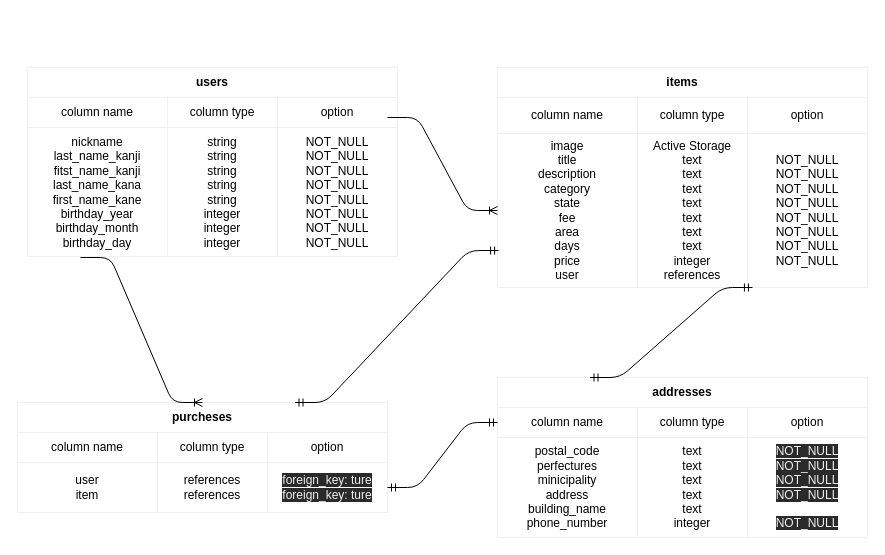
Before: ER.dio in TAKAE1117/furima-31915, a draw.io diagram. Source tidied: cells renumbered, new cells numbered last; positions are measured from the earlier drawing's top-left corner, leaving out a move shared by most shapes. Both pictures are drawn from the tidied source at 100%, with x=0, y=0 at pixel (17, 67).
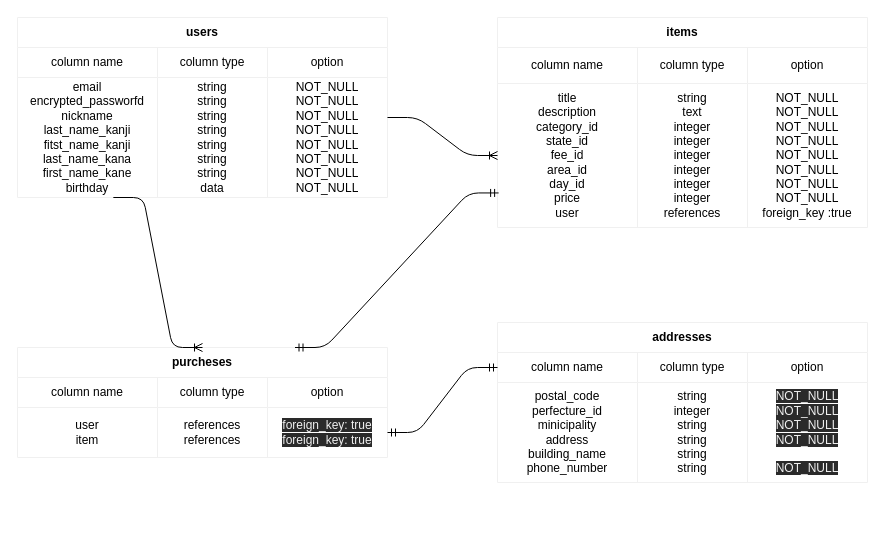
The same page after the edit.

The change refers to these unchanged cells:
```xml
<mxCell id="25" style="shape=partialRectangle;html=1;whiteSpace=wrap;fillColor=none;top=0;left=0;bottom=0;right=0;points=[[0,0.5],[1,0.5]];portConstraint=eastwest;" parent="20" vertex="1">
  <mxGeometry y="60" width="370" height="50" as="geometry" />
</mxCell>
<mxCell id="34" style="shape=partialRectangle;html=1;whiteSpace=wrap;fillColor=none;top=0;left=0;bottom=0;right=0;" parent="29" vertex="1">
  <mxGeometry y="60" width="370" height="100" as="geometry" />
</mxCell>
```

The edit, as a diff of the source:
```diff
@@
     <mxCell id="2" value="users" style="shape=table;html=1;whiteSpace=wrap;startSize=30;childLayout=tableLayout;fontStyle=1;align=center;strokeColor=#f0f0f0;" parent="1" vertex="1">
-      <mxGeometry x="10" width="370" height="189" as="geometry" />
+      <mxGeometry y="-50" width="370" height="180" as="geometry" />
     </mxCell>
@@
     <mxCell id="7" style="shape=partialRectangle;html=1;whiteSpace=wrap;fillColor=none;top=0;left=0;bottom=0;right=0;points=[[0,0.5],[1,0.5]];portConstraint=eastwest;" parent="2" vertex="1">
-      <mxGeometry y="60" width="370" height="129" as="geometry" />
+      <mxGeometry y="60" width="370" height="120" as="geometry" />
     </mxCell>
-    <mxCell id="8" value="nickname&lt;br&gt;last_name_kanji&lt;br&gt;fitst_name_kanji&lt;br&gt;last_name_kana&lt;br&gt;first_name_kane&lt;br&gt;birthday_year&lt;br&gt;birthday_month&lt;br&gt;birthday_day" style="shape=partialRectangle;html=1;whiteSpace=wrap;fillColor=none;top=0;left=0;bottom=0;right=0;overflow=hidden;" parent="7" vertex="1">
-      <mxGeometry width="140" height="129" as="geometry" />
+    <mxCell id="8" value="email&lt;br&gt;encrypted_passworfd&lt;br&gt;nickname&lt;br&gt;last_name_kanji&lt;br&gt;fitst_name_kanji&lt;br&gt;last_name_kana&lt;br&gt;first_name_kane&lt;br&gt;birthday" style="shape=partialRectangle;html=1;whiteSpace=wrap;fillColor=none;top=0;left=0;bottom=0;right=0;overflow=hidden;" parent="7" vertex="1">
+      <mxGeometry width="140" height="120" as="geometry" />
     </mxCell>
-    <mxCell id="9" value="string&lt;br&gt;string&lt;br&gt;string&lt;br&gt;string&lt;br&gt;string&lt;br&gt;integer&lt;br&gt;integer&lt;br&gt;integer" style="shape=partialRectangle;html=1;whiteSpace=wrap;fillColor=none;top=0;left=0;bottom=0;right=0;overflow=hidden;" parent="7" vertex="1">
-      <mxGeometry x="140" width="110" height="129" as="geometry" />
+    <mxCell id="9" value="string&lt;br&gt;string&lt;br&gt;string&lt;br&gt;string&lt;br&gt;string&lt;br&gt;string&lt;br&gt;string&lt;br&gt;data" style="shape=partialRectangle;html=1;whiteSpace=wrap;fillColor=none;top=0;left=0;bottom=0;right=0;overflow=hidden;" parent="7" vertex="1">
+      <mxGeometry x="140" width="110" height="120" as="geometry" />
     </mxCell>
     <mxCell id="10" value="NOT_NULL&lt;br&gt;NOT_NULL&lt;br&gt;NOT_NULL&lt;br&gt;NOT_NULL&lt;br&gt;NOT_NULL&lt;br&gt;NOT_NULL&lt;br&gt;NOT_NULL&lt;br&gt;NOT_NULL" style="shape=partialRectangle;html=1;whiteSpace=wrap;fillColor=none;top=0;left=0;bottom=0;right=0;overflow=hidden;" parent="7" vertex="1">
-      <mxGeometry x="250" width="120" height="129" as="geometry" />
+      <mxGeometry x="250" width="120" height="120" as="geometry" />
     </mxCell>
     <mxCell id="11" value="items" style="shape=table;html=1;whiteSpace=wrap;startSize=30;childLayout=tableLayout;fontStyle=1;align=center;strokeColor=#f0f0f0;" parent="1" vertex="1">
-      <mxGeometry x="480" width="370" height="220" as="geometry" />
+      <mxGeometry x="480" y="-50" width="370" height="210" as="geometry" />
     </mxCell>
@@
     <mxCell id="16" style="shape=partialRectangle;html=1;whiteSpace=wrap;fillColor=none;top=0;left=0;bottom=0;right=0;points=[[0,0.5],[1,0.5]];portConstraint=eastwest;" parent="11" vertex="1">
-      <mxGeometry y="66" width="370" height="154" as="geometry" />
+      <mxGeometry y="66" width="370" height="144" as="geometry" />
     </mxCell>
-    <mxCell id="17" value="image&lt;br&gt;title&lt;br&gt;description&lt;br&gt;category&lt;br&gt;state&lt;br&gt;fee&lt;br&gt;area&lt;br&gt;days&lt;br&gt;price&lt;br&gt;user" style="shape=partialRectangle;html=1;whiteSpace=wrap;fillColor=none;top=0;left=0;bottom=0;right=0;overflow=hidden;" parent="16" vertex="1">
-      <mxGeometry width="140" height="154" as="geometry" />
+    <mxCell id="17" value="title&lt;br&gt;description&lt;br&gt;category_id&lt;br&gt;state_id&lt;br&gt;fee_id&lt;br&gt;area_id&lt;br&gt;day_id&lt;br&gt;price&lt;br&gt;user" style="shape=partialRectangle;html=1;whiteSpace=wrap;fillColor=none;top=0;left=0;bottom=0;right=0;overflow=hidden;" parent="16" vertex="1">
+      <mxGeometry width="140" height="144" as="geometry" />
     </mxCell>
-    <mxCell id="18" value="Active Storage&lt;br&gt;text&lt;br&gt;text&lt;br&gt;text&lt;br&gt;text&lt;br&gt;text&lt;br&gt;text&lt;br&gt;text&lt;br&gt;integer&lt;br&gt;references" style="shape=partialRectangle;html=1;whiteSpace=wrap;fillColor=none;top=0;left=0;bottom=0;right=0;overflow=hidden;" parent="16" vertex="1">
-      <mxGeometry x="140" width="110" height="154" as="geometry" />
+    <mxCell id="18" value="string&lt;br&gt;text&lt;br&gt;integer&lt;br&gt;integer&lt;br&gt;integer&lt;br&gt;integer&lt;br&gt;integer&lt;br&gt;integer&lt;br&gt;references" style="shape=partialRectangle;html=1;whiteSpace=wrap;fillColor=none;top=0;left=0;bottom=0;right=0;overflow=hidden;" parent="16" vertex="1">
+      <mxGeometry x="140" width="110" height="144" as="geometry" />
     </mxCell>
-    <mxCell id="19" value="NOT_NULL&lt;br&gt;NOT_NULL&lt;br&gt;NOT_NULL&lt;br&gt;NOT_NULL&lt;br&gt;NOT_NULL&lt;br&gt;NOT_NULL&lt;br&gt;NOT_NULL&lt;br&gt;NOT_NULL" style="shape=partialRectangle;html=1;whiteSpace=wrap;fillColor=none;top=0;left=0;bottom=0;right=0;overflow=hidden;" parent="16" vertex="1">
-      <mxGeometry x="250" width="120" height="154" as="geometry" />
+    <mxCell id="19" value="NOT_NULL&lt;br&gt;NOT_NULL&lt;br&gt;NOT_NULL&lt;br&gt;NOT_NULL&lt;br&gt;NOT_NULL&lt;br&gt;NOT_NULL&lt;br&gt;NOT_NULL&lt;br&gt;NOT_NULL&lt;br&gt;foreign_key :true" style="shape=partialRectangle;html=1;whiteSpace=wrap;fillColor=none;top=0;left=0;bottom=0;right=0;overflow=hidden;" parent="16" vertex="1">
+      <mxGeometry x="250" width="120" height="144" as="geometry" />
     </mxCell>
     <mxCell id="20" value="purcheses" style="shape=table;html=1;whiteSpace=wrap;startSize=30;childLayout=tableLayout;fontStyle=1;align=center;strokeColor=#f0f0f0;" parent="1" vertex="1">
-      <mxGeometry y="335" width="370" height="110" as="geometry" />
+      <mxGeometry y="280" width="370" height="110" as="geometry" />
     </mxCell>
@@
-    <mxCell id="28" value="&lt;span style=&quot;color: rgb(240 , 240 , 240) ; font-family: &amp;#34;helvetica&amp;#34; ; font-size: 12px ; font-style: normal ; font-weight: 400 ; letter-spacing: normal ; text-align: center ; text-indent: 0px ; text-transform: none ; word-spacing: 0px ; background-color: rgb(42 , 42 , 42) ; display: inline ; float: none&quot;&gt;foreign_key: ture&lt;br&gt;&lt;span style=&quot;font-family: &amp;#34;helvetica&amp;#34;&quot;&gt;foreign_key: ture&lt;/span&gt;&lt;br&gt;&lt;/span&gt;" style="shape=partialRectangle;html=1;whiteSpace=wrap;fillColor=none;top=0;left=0;bottom=0;right=0;overflow=hidden;" parent="25" vertex="1">
+    <mxCell id="28" value="&lt;span style=&quot;color: rgb(240 , 240 , 240) ; font-family: &amp;#34;helvetica&amp;#34; ; font-size: 12px ; font-style: normal ; font-weight: 400 ; letter-spacing: normal ; text-align: center ; text-indent: 0px ; text-transform: none ; word-spacing: 0px ; background-color: rgb(42 , 42 , 42) ; display: inline ; float: none&quot;&gt;foreign_key: true&lt;br&gt;&lt;span style=&quot;font-family: &amp;#34;helvetica&amp;#34;&quot;&gt;foreign_key: true&lt;/span&gt;&lt;br&gt;&lt;/span&gt;" style="shape=partialRectangle;html=1;whiteSpace=wrap;fillColor=none;top=0;left=0;bottom=0;right=0;overflow=hidden;" parent="25" vertex="1">
       <mxGeometry x="250" width="120" height="50" as="geometry" />
     </mxCell>
     <mxCell id="29" value="addresses" style="shape=table;html=1;whiteSpace=wrap;startSize=30;childLayout=tableLayout;fontStyle=1;align=center;strokeColor=#f0f0f0;" parent="1" vertex="1">
-      <mxGeometry x="480" y="310" width="370" height="160" as="geometry" />
+      <mxGeometry x="480" y="255" width="370" height="160" as="geometry" />
     </mxCell>
@@
-    <mxCell id="35" value="postal_code&lt;br&gt;perfectures&lt;br&gt;minicipality&lt;br&gt;address&lt;br&gt;building_name&lt;br&gt;phone_number" style="shape=partialRectangle;html=1;whiteSpace=wrap;fillColor=none;top=0;left=0;bottom=0;right=0;overflow=hidden;" parent="34" vertex="1">
+    <mxCell id="35" value="postal_code&lt;br&gt;perfecture_id&lt;br&gt;minicipality&lt;br&gt;address&lt;br&gt;building_name&lt;br&gt;phone_number" style="shape=partialRectangle;html=1;whiteSpace=wrap;fillColor=none;top=0;left=0;bottom=0;right=0;overflow=hidden;" parent="34" vertex="1">
       <mxGeometry width="140" height="100" as="geometry" />
     </mxCell>
-    <mxCell id="36" value="text&lt;br&gt;text&lt;br&gt;text&lt;br&gt;text&lt;br&gt;text&lt;br&gt;integer" style="shape=partialRectangle;html=1;whiteSpace=wrap;fillColor=none;top=0;left=0;bottom=0;right=0;overflow=hidden;" parent="34" vertex="1">
+    <mxCell id="36" value="string&lt;br&gt;integer&lt;br&gt;string&lt;br&gt;string&lt;br&gt;string&lt;br&gt;string" style="shape=partialRectangle;html=1;whiteSpace=wrap;fillColor=none;top=0;left=0;bottom=0;right=0;overflow=hidden;" parent="34" vertex="1">
       <mxGeometry x="140" width="110" height="100" as="geometry" />
     </mxCell>
@@
-    <mxCell id="39" style="edgeStyle=entityRelationEdgeStyle;fontSize=12;html=1;endArrow=ERoneToMany;exitX=0.143;exitY=1.008;exitDx=0;exitDy=0;exitPerimeter=0;entryX=0.5;entryY=0;entryDx=0;entryDy=0;" parent="1" edge="1" source="7" target="20">
+    <mxCell id="39" style="edgeStyle=entityRelationEdgeStyle;fontSize=12;html=1;endArrow=ERoneToMany;exitX=0.259;exitY=1;exitDx=0;exitDy=0;entryX=0.5;entryY=0;entryDx=0;entryDy=0;exitPerimeter=0;" parent="1" edge="1" source="7" target="20">
       <mxGeometry relative="1" as="geometry" />
     </mxCell>
@@
-    <mxCell id="41" style="edgeStyle=entityRelationEdgeStyle;fontSize=12;html=1;endArrow=ERmandOne;startArrow=ERmandOne;exitX=0.25;exitY=0;exitDx=0;exitDy=0;entryX=0.689;entryY=1;entryDx=0;entryDy=0;entryPerimeter=0;" parent="1" edge="1" source="29" target="16">
-      <mxGeometry relative="1" as="geometry" />
-    </mxCell>
```
